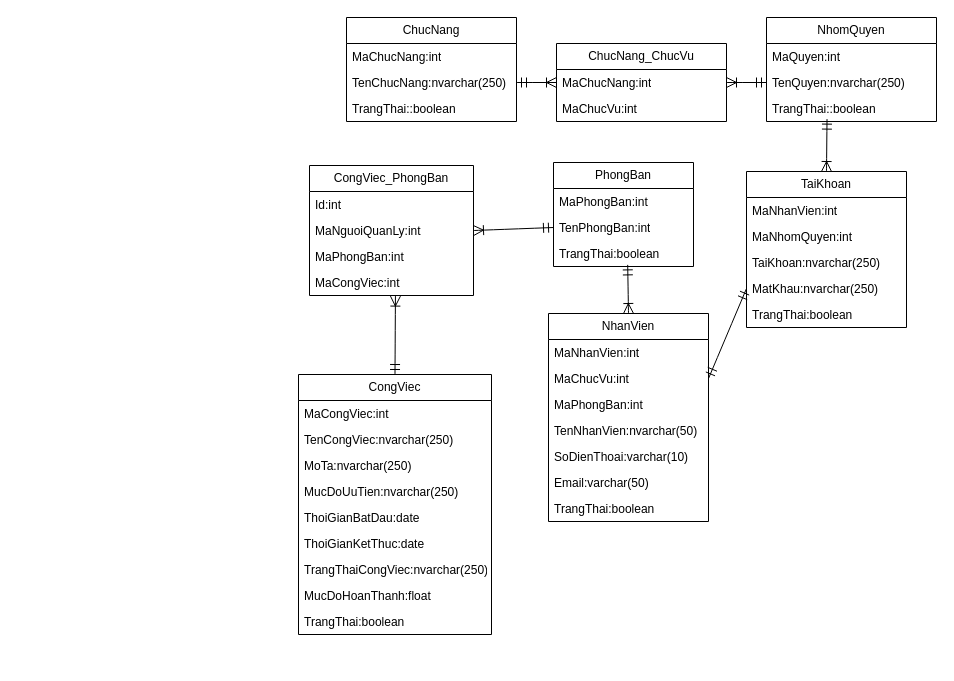
maivantai2003/vercelDemo keeps this draw.io diagram as dacn+.net.drawio. Above is the earlier version. Source tidied: cells renumbered, new cells numbered last; positions are measured from the earlier drawing's top-left corner, leaving out a move shared by most shapes. Both pictures are drawn from the tidied source at 100%, with x=0, y=0 at pixel (298, 17).
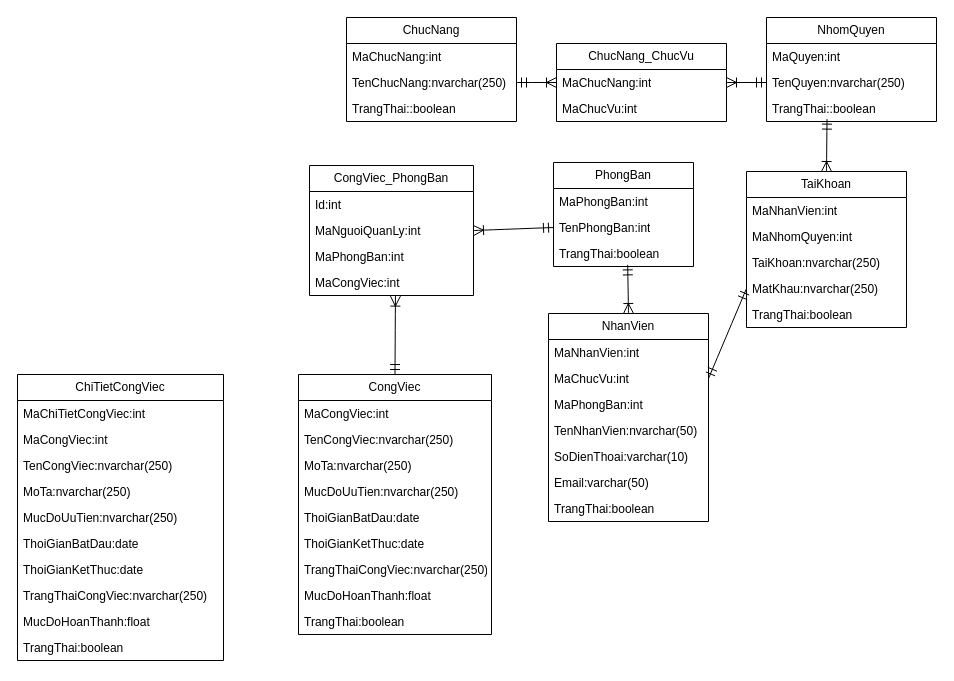
After the change.

What changed in the source:
```diff
@@
+    <mxCell id="54" value="ChiTietCongViec" style="swimlane;fontStyle=0;horizontal=1;startSize=26;fillColor=none;whiteSpace=wrap;html=1;" parent="1" vertex="1">
+      <mxGeometry x="-281" y="357" width="206" height="286" as="geometry" />
+    </mxCell>
+    <mxCell id="55" value="MaChiTietCongViec:int" style="text;strokeColor=none;fillColor=none;align=left;verticalAlign=top;spacingLeft=4;spacingRight=4;overflow=hidden;whiteSpace=wrap;html=1;" parent="54" vertex="1">
+      <mxGeometry y="26" width="206" height="26" as="geometry" />
+    </mxCell>
+    <mxCell id="56" value="MaCongViec:int" style="text;strokeColor=none;fillColor=none;align=left;verticalAlign=top;spacingLeft=4;spacingRight=4;overflow=hidden;whiteSpace=wrap;html=1;" parent="54" vertex="1">
+      <mxGeometry y="52" width="206" height="26" as="geometry" />
+    </mxCell>
+    <mxCell id="57" value="TenCongViec:nvarchar(250)" style="text;strokeColor=none;fillColor=none;align=left;verticalAlign=top;spacingLeft=4;spacingRight=4;overflow=hidden;whiteSpace=wrap;html=1;" parent="54" vertex="1">
+      <mxGeometry y="78" width="206" height="26" as="geometry" />
+    </mxCell>
+    <mxCell id="58" value="MoTa:nvarchar(250)" style="text;strokeColor=none;fillColor=none;align=left;verticalAlign=top;spacingLeft=4;spacingRight=4;overflow=hidden;whiteSpace=wrap;html=1;" parent="54" vertex="1">
+      <mxGeometry y="104" width="206" height="26" as="geometry" />
+    </mxCell>
+    <mxCell id="59" value="MucDoUuTien:nvarchar(250)" style="text;strokeColor=none;fillColor=none;align=left;verticalAlign=top;spacingLeft=4;spacingRight=4;overflow=hidden;whiteSpace=wrap;html=1;" parent="54" vertex="1">
+      <mxGeometry y="130" width="206" height="26" as="geometry" />
+    </mxCell>
+    <mxCell id="60" value="ThoiGianBatDau:date" style="text;strokeColor=none;fillColor=none;align=left;verticalAlign=top;spacingLeft=4;spacingRight=4;overflow=hidden;whiteSpace=wrap;html=1;" parent="54" vertex="1">
+      <mxGeometry y="156" width="206" height="26" as="geometry" />
+    </mxCell>
+    <mxCell id="61" value="ThoiGianKetThuc:date" style="text;strokeColor=none;fillColor=none;align=left;verticalAlign=top;spacingLeft=4;spacingRight=4;overflow=hidden;whiteSpace=wrap;html=1;" parent="54" vertex="1">
+      <mxGeometry y="182" width="206" height="26" as="geometry" />
+    </mxCell>
+    <mxCell id="62" value="TrangThaiCongViec:nvarchar(250)" style="text;strokeColor=none;fillColor=none;align=left;verticalAlign=top;spacingLeft=4;spacingRight=4;overflow=hidden;whiteSpace=wrap;html=1;" parent="54" vertex="1">
+      <mxGeometry y="208" width="206" height="26" as="geometry" />
+    </mxCell>
+    <mxCell id="63" value="MucDoHoanThanh:float" style="text;strokeColor=none;fillColor=none;align=left;verticalAlign=top;spacingLeft=4;spacingRight=4;overflow=hidden;whiteSpace=wrap;html=1;" parent="54" vertex="1">
+      <mxGeometry y="234" width="206" height="26" as="geometry" />
+    </mxCell>
+    <mxCell id="64" value="TrangThai:boolean" style="text;strokeColor=none;fillColor=none;align=left;verticalAlign=top;spacingLeft=4;spacingRight=4;overflow=hidden;whiteSpace=wrap;html=1;" parent="54" vertex="1">
+      <mxGeometry y="260" width="206" height="26" as="geometry" />
+    </mxCell>
```
